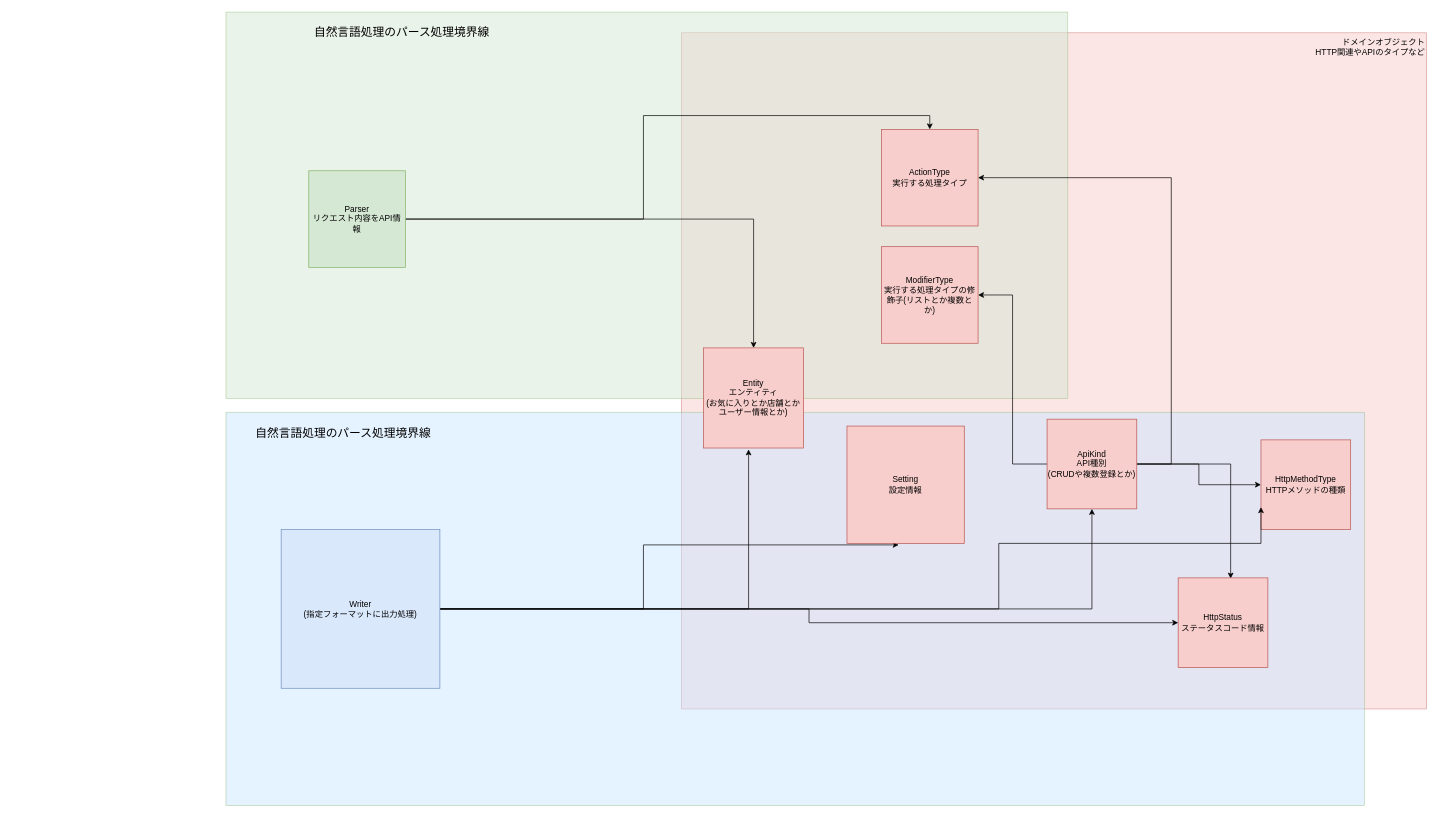
This is docs/api_docgen.drawio from pei223/auto_apidoc_gen, a draw.io file, before an edit. Source tidied: cells renumbered, new cells numbered last; positions are measured from the earlier drawing's top-left corner, leaving out a move shared by most shapes. Both pictures are drawn from the tidied source at 69%, with x=0, y=0 at pixel (226, 12).
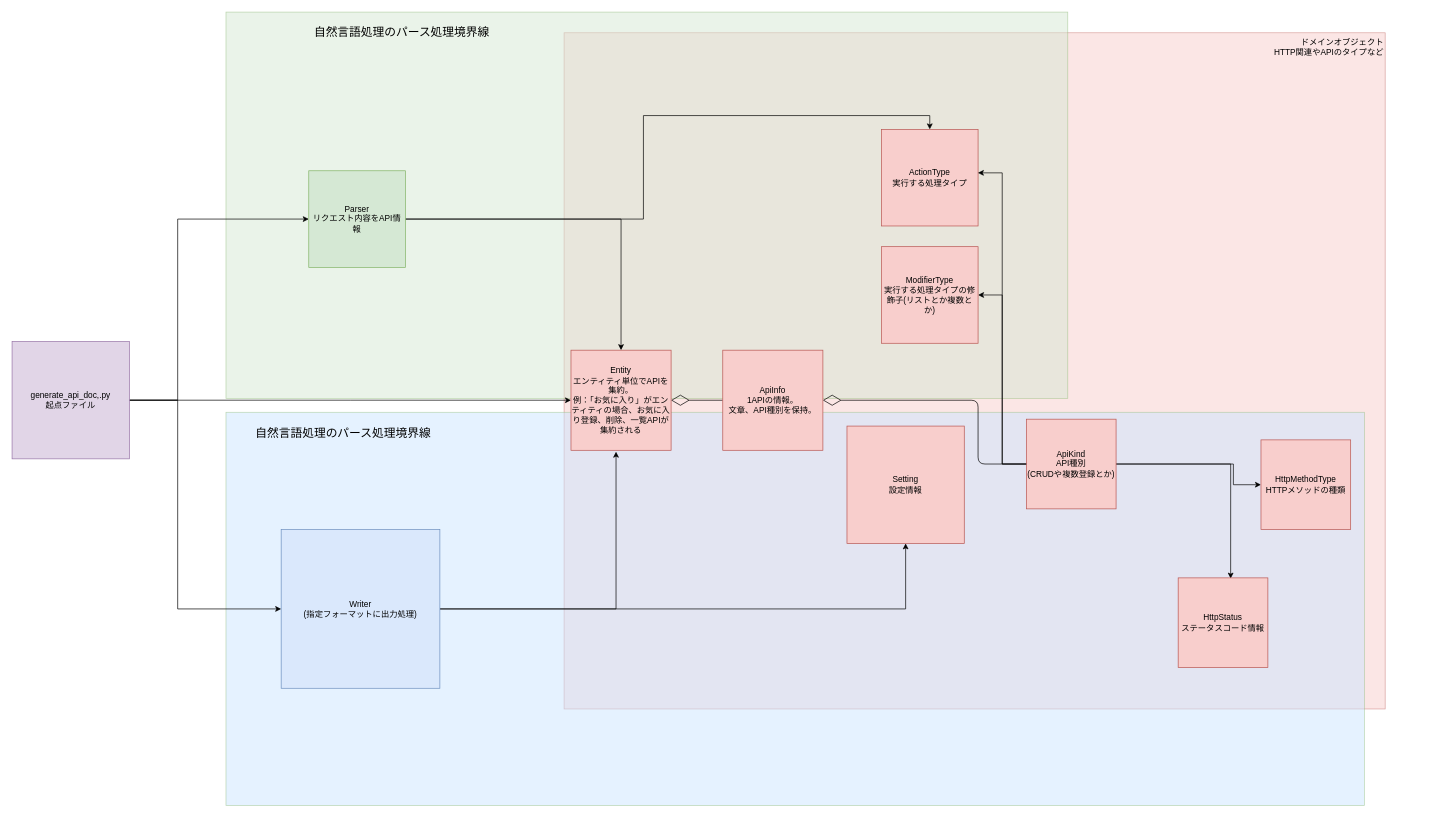
Above is the later version.

The change refers to these unchanged cells:
```xml
<mxCell id="5" value="ActionType&lt;br&gt;実行する処理タイプ" style="whiteSpace=wrap;html=1;fillColor=#f8cecc;strokeColor=#b85450;" parent="1" vertex="1">
  <mxGeometry x="950" y="170" width="140" height="140" as="geometry" />
</mxCell>
<mxCell id="11" value="HttpStatus&lt;br&gt;ステータスコード情報" style="whiteSpace=wrap;html=1;fillColor=#f8cecc;strokeColor=#b85450;" parent="1" vertex="1">
  <mxGeometry x="1380" y="820" width="130" height="130" as="geometry" />
</mxCell>
<mxCell id="12" value="HttpMethodType&lt;br&gt;HTTPメソッドの種類" style="whiteSpace=wrap;html=1;fillColor=#f8cecc;strokeColor=#b85450;" parent="1" vertex="1">
  <mxGeometry x="1500" y="620" width="130" height="130" as="geometry" />
</mxCell>
<mxCell id="15" value="Parser&lt;br&gt;リクエスト内容をAPI情報" style="whiteSpace=wrap;html=1;fillColor=#d5e8d4;strokeColor=#82b366;" parent="1" vertex="1">
  <mxGeometry x="120" y="230" width="140" height="140" as="geometry" />
</mxCell>
<mxCell id="21" value="Writer&lt;br&gt;(指定フォーマットに出力処理)" style="whiteSpace=wrap;html=1;fillColor=#dae8fc;strokeColor=#6c8ebf;" parent="1" vertex="1">
  <mxGeometry x="80" y="750" width="230" height="230" as="geometry" />
</mxCell>
<mxCell id="22" value="Setting&lt;br&gt;設定情報" style="whiteSpace=wrap;html=1;fillColor=#f8cecc;strokeColor=#b85450;" parent="1" vertex="1">
  <mxGeometry x="900" y="600" width="170" height="170" as="geometry" />
</mxCell>
```

Change to the diagram source:
```diff
@@
     <mxCell id="2" value="&lt;span style=&quot;&quot;&gt;ドメインオブジェクト&lt;br&gt;HTTP関連やAPIのタイプなど&lt;/span&gt;" style="rounded=0;whiteSpace=wrap;html=1;labelBackgroundColor=none;fillColor=#f8cecc;opacity=50;align=right;strokeColor=#b85450;verticalAlign=top;" parent="1" vertex="1">
-      <mxGeometry x="660" y="30" width="1080" height="980" as="geometry" />
+      <mxGeometry x="490" y="30" width="1190" height="980" as="geometry" />
     </mxCell>
@@
-    <mxCell id="6" style="edgeStyle=orthogonalEdgeStyle;rounded=0;jettySize=auto;html=1;entryX=1;entryY=0.5;entryDx=0;entryDy=0;" parent="1" edge="1" source="10" target="5">
-      <mxGeometry relative="1" as="geometry">
-        <Array as="points">
-          <mxPoint x="1370" y="655" />
-          <mxPoint x="1370" y="240" />
-        </Array>
-      </mxGeometry>
-    </mxCell>
@@
     <mxCell id="9" style="edgeStyle=orthogonalEdgeStyle;rounded=0;jettySize=auto;html=1;entryX=0;entryY=0.5;entryDx=0;entryDy=0;" parent="1" edge="1" source="10" target="12">
-      <mxGeometry relative="1" as="geometry" />
+      <mxGeometry relative="1" as="geometry">
+        <Array as="points">
+          <mxPoint x="1460" y="655" />
+          <mxPoint x="1460" y="685" />
+        </Array>
+      </mxGeometry>
     </mxCell>
+    <mxCell id="6" style="edgeStyle=orthogonalEdgeStyle;rounded=0;jettySize=auto;html=1;entryX=0.998;entryY=0.45;entryDx=0;entryDy=0;entryPerimeter=0;" parent="1" edge="1" source="10" target="5">
+      <mxGeometry relative="1" as="geometry" />
+    </mxCell>
     <mxCell id="10" value="ApiKind&lt;br&gt;API種別&lt;br&gt;(CRUDや複数登録とか)" style="whiteSpace=wrap;html=1;fillColor=#f8cecc;strokeColor=#b85450;" parent="1" vertex="1">
-      <mxGeometry x="1190" y="590" width="130" height="130" as="geometry" />
+      <mxGeometry x="1160" y="590" width="130" height="130" as="geometry" />
     </mxCell>
@@
-    <mxCell id="17" style="edgeStyle=orthogonalEdgeStyle;rounded=0;jettySize=auto;html=1;entryX=0.441;entryY=1.013;entryDx=0;entryDy=0;entryPerimeter=0;" parent="1" edge="1" source="21" target="22">
-      <mxGeometry relative="1" as="geometry" />
+    <mxCell id="17" style="edgeStyle=elbowEdgeStyle;rounded=0;jettySize=auto;html=1;entryX=0.5;entryY=1;entryDx=0;entryDy=0;" parent="1" edge="1" source="21" target="22">
+      <mxGeometry relative="1" as="geometry">
+        <Array as="points">
+          <mxPoint x="985" y="865" />
+        </Array>
+      </mxGeometry>
     </mxCell>
-    <mxCell id="18" style="edgeStyle=orthogonalEdgeStyle;rounded=0;jettySize=auto;html=1;entryX=0.5;entryY=1;entryDx=0;entryDy=0;" parent="1" edge="1" source="21" target="10">
-      <mxGeometry relative="1" as="geometry" />
-    </mxCell>
-    <mxCell id="19" style="edgeStyle=orthogonalEdgeStyle;rounded=0;jettySize=auto;html=1;" parent="1" edge="1" source="21" target="11">
-      <mxGeometry relative="1" as="geometry" />
-    </mxCell>
-    <mxCell id="20" style="edgeStyle=orthogonalEdgeStyle;rounded=0;jettySize=auto;html=1;entryX=0;entryY=0.75;entryDx=0;entryDy=0;" parent="1" edge="1" source="21" target="12">
-      <mxGeometry relative="1" as="geometry">
-        <Array as="points">
-          <mxPoint x="1120" y="865" />
-          <mxPoint x="1120" y="770" />
-          <mxPoint x="1500" y="770" />
-        </Array>
-      </mxGeometry>
-    </mxCell>
@@
-    <mxCell id="26" value="Entity&lt;br&gt;エンティティ&lt;br&gt;(お気に入りとか店舗とかユーザー情報とか)" style="whiteSpace=wrap;html=1;fillColor=#f8cecc;strokeColor=#b85450;" parent="1" vertex="1">
-      <mxGeometry x="692.1" y="486.7" width="145.1" height="145.1" as="geometry" />
+    <mxCell id="26" value="Entity&lt;br&gt;エンティティ単位でAPIを集約。&lt;br&gt;例：「お気に入り」がエンティティの場合、お気に入り登録、削除、一覧APIが集約される" style="whiteSpace=wrap;html=1;fillColor=#f8cecc;strokeColor=#b85450;" parent="1" vertex="1">
+      <mxGeometry x="500" y="490" width="145.1" height="145.1" as="geometry" />
     </mxCell>
+    <mxCell id="27" style="endArrow=diamondThin;endFill=0;endSize=24;html=1;entryX=1;entryY=0.5;entryDx=0;entryDy=0;exitX=0;exitY=0.5;exitDx=0;exitDy=0;" parent="1" edge="1" source="28" target="26">
+      <mxGeometry relative="1" as="geometry" />
+    </mxCell>
+    <mxCell id="28" value="ApiInfo&lt;br&gt;1APIの情報。&lt;br&gt;文章、API種別を保持。" style="whiteSpace=wrap;html=1;fillColor=#f8cecc;strokeColor=#b85450;" parent="1" vertex="1">
+      <mxGeometry x="720" y="490" width="145.1" height="145.1" as="geometry" />
+    </mxCell>
+    <mxCell id="29" style="endArrow=diamondThin;endFill=0;endSize=24;html=1;entryX=1;entryY=0.5;entryDx=0;entryDy=0;exitX=0;exitY=0.5;exitDx=0;exitDy=0;edgeStyle=elbowEdgeStyle;" parent="1" edge="1" source="10" target="28">
+      <mxGeometry relative="1" as="geometry">
+        <Array as="points">
+          <mxPoint x="1090" y="620" />
+        </Array>
+      </mxGeometry>
+    </mxCell>
+    <mxCell id="30" style="edgeStyle=elbowEdgeStyle;rounded=0;jettySize=auto;html=1;entryX=0;entryY=0.5;entryDx=0;entryDy=0;" parent="1" edge="1" source="33" target="15">
+      <mxGeometry relative="1" as="geometry">
+        <Array as="points">
+          <mxPoint x="-70" y="430" />
+        </Array>
+      </mxGeometry>
+    </mxCell>
+    <mxCell id="31" style="edgeStyle=elbowEdgeStyle;rounded=0;jettySize=auto;html=1;" parent="1" edge="1" source="33" target="21">
+      <mxGeometry relative="1" as="geometry">
+        <Array as="points">
+          <mxPoint x="-70" y="700" />
+        </Array>
+      </mxGeometry>
+    </mxCell>
+    <mxCell id="32" style="edgeStyle=elbowEdgeStyle;rounded=0;jettySize=auto;html=1;entryX=0;entryY=0.5;entryDx=0;entryDy=0;" parent="1" edge="1" source="33" target="26">
+      <mxGeometry relative="1" as="geometry" />
+    </mxCell>
+    <mxCell id="33" value="generate_api_doc,.py&lt;br&gt;起点ファイル" style="whiteSpace=wrap;html=1;fillColor=#e1d5e7;strokeColor=#9673a6;" parent="1" vertex="1">
+      <mxGeometry x="-310" y="477.5" width="170" height="170" as="geometry" />
+    </mxCell>
```
